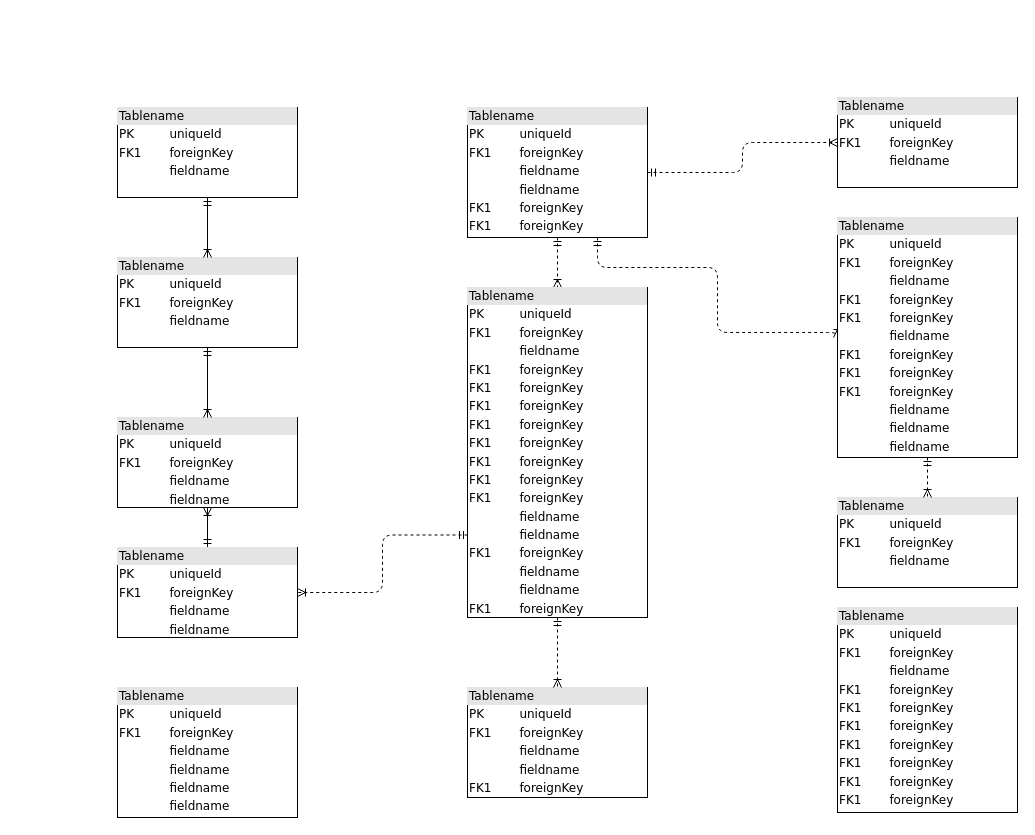
Earlier version of the draw.io diagram 监管服务物理模型.drawio (b897846872/blogbackui). Source tidied: cells renumbered, new cells numbered last; positions are measured from the earlier drawing's top-left corner, leaving out a move shared by most shapes. Both pictures are drawn from the tidied source at 100%, with x=0, y=0 at pixel (117, 97).
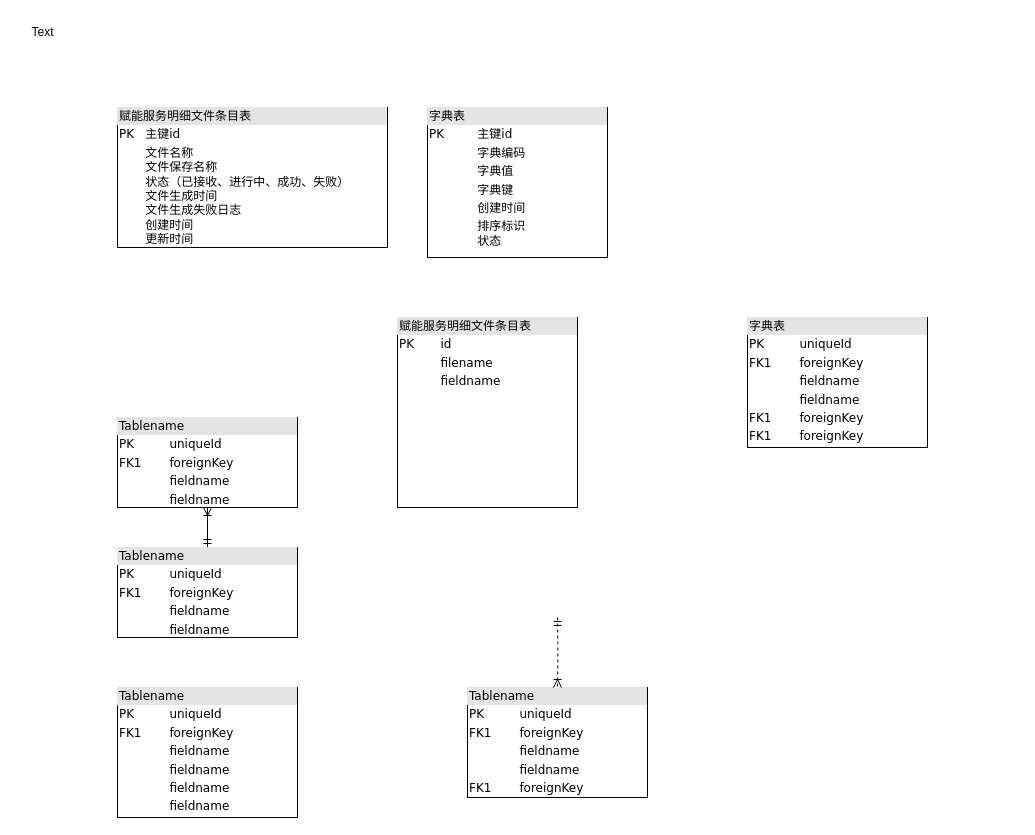
The same diagram, later.

Commit message:
更新监管服务物理模型.drawio

The change refers to these unchanged cells:
```xml
<mxCell id="9" value="&lt;div style=&quot;box-sizing: border-box ; width: 100% ; background: #e4e4e4 ; padding: 2px&quot;&gt;Tablename&lt;/div&gt;&lt;table style=&quot;width: 100% ; font-size: 1em&quot; cellpadding=&quot;2&quot; cellspacing=&quot;0&quot;&gt;&lt;tbody&gt;&lt;tr&gt;&lt;td&gt;PK&lt;/td&gt;&lt;td&gt;uniqueId&lt;/td&gt;&lt;/tr&gt;&lt;tr&gt;&lt;td&gt;FK1&lt;/td&gt;&lt;td&gt;foreignKey&lt;/td&gt;&lt;/tr&gt;&lt;tr&gt;&lt;td&gt;&lt;/td&gt;&lt;td&gt;fieldname&lt;/td&gt;&lt;/tr&gt;&lt;tr&gt;&lt;td&gt;&lt;br&gt;&lt;/td&gt;&lt;td&gt;fieldname&lt;br&gt;&lt;/td&gt;&lt;/tr&gt;&lt;/tbody&gt;&lt;/table&gt;" style="verticalAlign=top;align=left;overflow=fill;html=1;rounded=0;shadow=0;comic=0;labelBackgroundColor=none;strokeWidth=1;fontFamily=Verdana;fontSize=12;" parent="1" vertex="1">
  <mxGeometry y="450" width="180" height="90" as="geometry" />
</mxCell>
<mxCell id="10" value="&lt;div style=&quot;box-sizing: border-box ; width: 100% ; background: #e4e4e4 ; padding: 2px&quot;&gt;Tablename&lt;/div&gt;&lt;table style=&quot;width: 100% ; font-size: 1em&quot; cellpadding=&quot;2&quot; cellspacing=&quot;0&quot;&gt;&lt;tbody&gt;&lt;tr&gt;&lt;td&gt;PK&lt;/td&gt;&lt;td&gt;uniqueId&lt;/td&gt;&lt;/tr&gt;&lt;tr&gt;&lt;td&gt;FK1&lt;/td&gt;&lt;td&gt;foreignKey&lt;/td&gt;&lt;/tr&gt;&lt;tr&gt;&lt;td&gt;&lt;/td&gt;&lt;td&gt;fieldname&lt;/td&gt;&lt;/tr&gt;&lt;tr&gt;&lt;td&gt;&lt;br&gt;&lt;/td&gt;&lt;td&gt;fieldname&lt;br&gt;&lt;/td&gt;&lt;/tr&gt;&lt;/tbody&gt;&lt;/table&gt;" style="verticalAlign=top;align=left;overflow=fill;html=1;rounded=0;shadow=0;comic=0;labelBackgroundColor=none;strokeWidth=1;fontFamily=Verdana;fontSize=12;" parent="1" vertex="1">
  <mxGeometry y="320" width="180" height="90" as="geometry" />
</mxCell>
<mxCell id="14" value="&lt;div style=&quot;box-sizing: border-box ; width: 100% ; background: #e4e4e4 ; padding: 2px&quot;&gt;Tablename&lt;/div&gt;&lt;table style=&quot;width: 100% ; font-size: 1em&quot; cellpadding=&quot;2&quot; cellspacing=&quot;0&quot;&gt;&lt;tbody&gt;&lt;tr&gt;&lt;td&gt;PK&lt;/td&gt;&lt;td&gt;uniqueId&lt;/td&gt;&lt;/tr&gt;&lt;tr&gt;&lt;td&gt;FK1&lt;/td&gt;&lt;td&gt;foreignKey&lt;/td&gt;&lt;/tr&gt;&lt;tr&gt;&lt;td&gt;&lt;/td&gt;&lt;td&gt;fieldname&lt;/td&gt;&lt;/tr&gt;&lt;tr&gt;&lt;td&gt;&lt;br&gt;&lt;/td&gt;&lt;td&gt;fieldname&lt;br&gt;&lt;/td&gt;&lt;/tr&gt;&lt;tr&gt;&lt;td&gt;FK1&lt;br&gt;&lt;/td&gt;&lt;td&gt;foreignKey&lt;br&gt;&lt;/td&gt;&lt;/tr&gt;&lt;/tbody&gt;&lt;/table&gt;" style="verticalAlign=top;align=left;overflow=fill;html=1;rounded=0;shadow=0;comic=0;labelBackgroundColor=none;strokeWidth=1;fontFamily=Verdana;fontSize=12;" parent="1" vertex="1">
  <mxGeometry x="350" y="590" width="180" height="110" as="geometry" />
</mxCell>
```

Change to the diagram source:
```diff
@@
-    <mxCell id="2" value="&lt;div style=&quot;box-sizing:border-box;width:100%;background:#e4e4e4;padding:2px;&quot;&gt;Tablename&lt;/div&gt;&lt;table style=&quot;width:100%;font-size:1em;&quot; cellpadding=&quot;2&quot; cellspacing=&quot;0&quot;&gt;&lt;tr&gt;&lt;td&gt;PK&lt;/td&gt;&lt;td&gt;uniqueId&lt;/td&gt;&lt;/tr&gt;&lt;tr&gt;&lt;td&gt;FK1&lt;/td&gt;&lt;td&gt;foreignKey&lt;/td&gt;&lt;/tr&gt;&lt;tr&gt;&lt;td&gt;&lt;/td&gt;&lt;td&gt;fieldname&lt;/td&gt;&lt;/tr&gt;&lt;/table&gt;" style="verticalAlign=top;align=left;overflow=fill;html=1;rounded=0;shadow=0;comic=0;labelBackgroundColor=none;strokeWidth=1;fontFamily=Verdana;fontSize=12;" parent="1" vertex="1">
-      <mxGeometry y="10" width="180" height="90" as="geometry" />
+    <mxCell id="2" value="&lt;div style=&quot;box-sizing: border-box; width: 100%; background: rgb(228, 228, 228); padding: 2px;&quot;&gt;赋能服务明细文件条目表&lt;/div&gt;&lt;table style=&quot;width:100%;font-size:1em;&quot; cellpadding=&quot;2&quot; cellspacing=&quot;0&quot;&gt;&lt;tbody&gt;&lt;tr&gt;&lt;td&gt;PK&lt;/td&gt;&lt;td&gt;&amp;nbsp;主键id&lt;/td&gt;&lt;/tr&gt;&lt;tr&gt;&lt;td&gt;&lt;br&gt;&lt;/td&gt;&lt;td&gt;&amp;nbsp;文件名称&lt;br&gt;&amp;nbsp;文件保存名称&lt;br&gt;&amp;nbsp;状态（已接收、进行中、成功、失败）&lt;br&gt;&amp;nbsp;文件生成时间&lt;br&gt;&amp;nbsp;文件生成失败日志&lt;br&gt;&amp;nbsp;创建时间&lt;br&gt;&amp;nbsp;更新时间&lt;/td&gt;&lt;/tr&gt;&lt;tr&gt;&lt;td&gt;&lt;/td&gt;&lt;td&gt;&lt;br&gt;&lt;/td&gt;&lt;/tr&gt;&lt;/tbody&gt;&lt;/table&gt;" style="verticalAlign=top;align=left;overflow=fill;html=1;rounded=0;shadow=0;comic=0;labelBackgroundColor=none;strokeWidth=1;fontFamily=Verdana;fontSize=12;" parent="1" vertex="1">
+      <mxGeometry y="10" width="270" height="140" as="geometry" />
     </mxCell>
-    <mxCell id="3" style="edgeStyle=orthogonalEdgeStyle;html=1;entryX=0.5;entryY=0;dashed=1;labelBackgroundColor=none;startArrow=ERmandOne;endArrow=ERoneToMany;fontFamily=Verdana;fontSize=12;align=left;" parent="1" edge="1" source="6" target="16">
-      <mxGeometry relative="1" as="geometry" />
-    </mxCell>
-    <mxCell id="4" style="edgeStyle=orthogonalEdgeStyle;html=1;dashed=1;labelBackgroundColor=none;startArrow=ERmandOne;endArrow=ERoneToMany;fontFamily=Verdana;fontSize=12;align=left;entryX=0;entryY=0.5;" parent="1" edge="1" source="6" target="19">
-      <mxGeometry relative="1" as="geometry">
-        <Array as="points">
-          <mxPoint x="480" y="170" />
-          <mxPoint x="600" y="170" />
-          <mxPoint x="600" y="235" />
-        </Array>
-      </mxGeometry>
-    </mxCell>
-    <mxCell id="5" style="edgeStyle=orthogonalEdgeStyle;html=1;dashed=1;labelBackgroundColor=none;startArrow=ERmandOne;endArrow=ERoneToMany;fontFamily=Verdana;fontSize=12;align=left;" parent="1" edge="1" source="6" target="20">
-      <mxGeometry relative="1" as="geometry" />
-    </mxCell>
-    <mxCell id="6" value="&lt;div style=&quot;box-sizing: border-box ; width: 100% ; background: #e4e4e4 ; padding: 2px&quot;&gt;Tablename&lt;/div&gt;&lt;table style=&quot;width: 100% ; font-size: 1em&quot; cellpadding=&quot;2&quot; cellspacing=&quot;0&quot;&gt;&lt;tbody&gt;&lt;tr&gt;&lt;td&gt;PK&lt;/td&gt;&lt;td&gt;uniqueId&lt;/td&gt;&lt;/tr&gt;&lt;tr&gt;&lt;td&gt;FK1&lt;/td&gt;&lt;td&gt;foreignKey&lt;/td&gt;&lt;/tr&gt;&lt;tr&gt;&lt;td&gt;&lt;/td&gt;&lt;td&gt;fieldname&lt;/td&gt;&lt;/tr&gt;&lt;tr&gt;&lt;td&gt;&lt;br&gt;&lt;/td&gt;&lt;td&gt;fieldname&lt;br&gt;&lt;/td&gt;&lt;/tr&gt;&lt;tr&gt;&lt;td&gt;FK1&lt;br&gt;&lt;/td&gt;&lt;td&gt;foreignKey&lt;br&gt;&lt;/td&gt;&lt;/tr&gt;&lt;tr&gt;&lt;td&gt;FK1&lt;br&gt;&lt;/td&gt;&lt;td&gt;foreignKey&lt;br&gt;&lt;/td&gt;&lt;/tr&gt;&lt;/tbody&gt;&lt;/table&gt;" style="verticalAlign=top;align=left;overflow=fill;html=1;rounded=0;shadow=0;comic=0;labelBackgroundColor=none;strokeWidth=1;fontFamily=Verdana;fontSize=12;" parent="1" vertex="1">
-      <mxGeometry x="350" y="10" width="180" height="130" as="geometry" />
+    <mxCell id="6" value="&lt;div style=&quot;box-sizing: border-box; width: 100%; background: rgb(228, 228, 228); padding: 2px;&quot;&gt;字典表&lt;/div&gt;&lt;table style=&quot;width: 100% ; font-size: 1em&quot; cellpadding=&quot;2&quot; cellspacing=&quot;0&quot;&gt;&lt;tbody&gt;&lt;tr&gt;&lt;td&gt;PK&lt;/td&gt;&lt;td&gt;主键id&lt;/td&gt;&lt;/tr&gt;&lt;tr&gt;&lt;td&gt;&lt;br&gt;&lt;/td&gt;&lt;td&gt;字典编码&lt;/td&gt;&lt;/tr&gt;&lt;tr&gt;&lt;td&gt;&lt;/td&gt;&lt;td&gt;字典值&lt;/td&gt;&lt;/tr&gt;&lt;tr&gt;&lt;td&gt;&lt;br&gt;&lt;/td&gt;&lt;td&gt;字典键&lt;/td&gt;&lt;/tr&gt;&lt;tr&gt;&lt;td&gt;&lt;br&gt;&lt;/td&gt;&lt;td&gt;创建时间&lt;/td&gt;&lt;/tr&gt;&lt;tr&gt;&lt;td&gt;&lt;br&gt;&lt;/td&gt;&lt;td&gt;排序标识&lt;br&gt;状态&lt;/td&gt;&lt;/tr&gt;&lt;/tbody&gt;&lt;/table&gt;" style="verticalAlign=top;align=left;overflow=fill;html=1;rounded=0;shadow=0;comic=0;labelBackgroundColor=none;strokeWidth=1;fontFamily=Verdana;fontSize=12;" parent="1" vertex="1">
+      <mxGeometry x="310" y="10" width="180" height="150" as="geometry" />
     </mxCell>
@@
-    <mxCell id="8" style="edgeStyle=orthogonalEdgeStyle;html=1;exitX=0;exitY=0.75;entryX=1;entryY=0.5;dashed=1;labelBackgroundColor=none;startArrow=ERmandOne;endArrow=ERoneToMany;fontFamily=Verdana;fontSize=12;align=left;" parent="1" edge="1" source="16" target="9">
-      <mxGeometry relative="1" as="geometry" />
-    </mxCell>
@@
-    <mxCell id="11" style="edgeStyle=orthogonalEdgeStyle;html=1;entryX=0.5;entryY=0;labelBackgroundColor=none;startArrow=ERmandOne;endArrow=ERoneToMany;fontFamily=Verdana;fontSize=12;align=left;" parent="1" edge="1" source="12" target="10">
-      <mxGeometry relative="1" as="geometry" />
-    </mxCell>
-    <mxCell id="12" value="&lt;div style=&quot;box-sizing:border-box;width:100%;background:#e4e4e4;padding:2px;&quot;&gt;Tablename&lt;/div&gt;&lt;table style=&quot;width:100%;font-size:1em;&quot; cellpadding=&quot;2&quot; cellspacing=&quot;0&quot;&gt;&lt;tr&gt;&lt;td&gt;PK&lt;/td&gt;&lt;td&gt;uniqueId&lt;/td&gt;&lt;/tr&gt;&lt;tr&gt;&lt;td&gt;FK1&lt;/td&gt;&lt;td&gt;foreignKey&lt;/td&gt;&lt;/tr&gt;&lt;tr&gt;&lt;td&gt;&lt;/td&gt;&lt;td&gt;fieldname&lt;/td&gt;&lt;/tr&gt;&lt;/table&gt;" style="verticalAlign=top;align=left;overflow=fill;html=1;rounded=0;shadow=0;comic=0;labelBackgroundColor=none;strokeWidth=1;fontFamily=Verdana;fontSize=12;" parent="1" vertex="1">
-      <mxGeometry y="160" width="180" height="90" as="geometry" />
-    </mxCell>
-    <mxCell id="13" value="&lt;div style=&quot;box-sizing: border-box ; width: 100% ; background: #e4e4e4 ; padding: 2px&quot;&gt;Tablename&lt;/div&gt;&lt;table style=&quot;width: 100% ; font-size: 1em&quot; cellpadding=&quot;2&quot; cellspacing=&quot;0&quot;&gt;&lt;tbody&gt;&lt;tr&gt;&lt;td&gt;PK&lt;/td&gt;&lt;td&gt;uniqueId&lt;/td&gt;&lt;/tr&gt;&lt;tr&gt;&lt;td&gt;FK1&lt;/td&gt;&lt;td&gt;foreignKey&lt;/td&gt;&lt;/tr&gt;&lt;tr&gt;&lt;td&gt;&lt;/td&gt;&lt;td&gt;fieldname&lt;/td&gt;&lt;/tr&gt;&lt;tr&gt;&lt;td&gt;FK1&lt;br&gt;&lt;/td&gt;&lt;td&gt;foreignKey&lt;br&gt;&lt;/td&gt;&lt;/tr&gt;&lt;tr&gt;&lt;td&gt;FK1&lt;br&gt;&lt;/td&gt;&lt;td&gt;foreignKey&lt;br&gt;&lt;/td&gt;&lt;/tr&gt;&lt;tr&gt;&lt;td&gt;FK1&lt;br&gt;&lt;/td&gt;&lt;td&gt;foreignKey&lt;br&gt;&lt;/td&gt;&lt;/tr&gt;&lt;tr&gt;&lt;td&gt;FK1&lt;br&gt;&lt;/td&gt;&lt;td&gt;foreignKey&lt;br&gt;&lt;/td&gt;&lt;/tr&gt;&lt;tr&gt;&lt;td&gt;FK1&lt;br&gt;&lt;/td&gt;&lt;td&gt;foreignKey&lt;br&gt;&lt;/td&gt;&lt;/tr&gt;&lt;tr&gt;&lt;td&gt;FK1&lt;br&gt;&lt;/td&gt;&lt;td&gt;foreignKey&lt;br&gt;&lt;/td&gt;&lt;/tr&gt;&lt;tr&gt;&lt;td&gt;FK1&lt;br&gt;&lt;/td&gt;&lt;td&gt;foreignKey&lt;br&gt;&lt;/td&gt;&lt;/tr&gt;&lt;/tbody&gt;&lt;/table&gt;" style="verticalAlign=top;align=left;overflow=fill;html=1;rounded=0;shadow=0;comic=0;labelBackgroundColor=none;strokeWidth=1;fontFamily=Verdana;fontSize=12;" parent="1" vertex="1">
-      <mxGeometry x="720" y="510" width="180" height="205" as="geometry" />
-    </mxCell>
@@
-    <mxCell id="15" style="edgeStyle=orthogonalEdgeStyle;html=1;entryX=0.5;entryY=0;labelBackgroundColor=none;startArrow=ERmandOne;endArrow=ERoneToMany;fontFamily=Verdana;fontSize=12;align=left;dashed=1;" parent="1" edge="1" source="16" target="14">
-      <mxGeometry relative="1" as="geometry" />
+    <mxCell id="15" style="edgeStyle=orthogonalEdgeStyle;html=1;entryX=0.5;entryY=0;labelBackgroundColor=none;startArrow=ERmandOne;endArrow=ERoneToMany;fontFamily=Verdana;fontSize=12;align=left;dashed=1;" parent="1" edge="1" target="14">
+      <mxGeometry relative="1" as="geometry">
+        <mxPoint x="440" y="520" as="sourcePoint" />
+      </mxGeometry>
     </mxCell>
-    <mxCell id="16" value="&lt;div style=&quot;box-sizing: border-box ; width: 100% ; background: #e4e4e4 ; padding: 2px&quot;&gt;Tablename&lt;/div&gt;&lt;table style=&quot;width: 100% ; font-size: 1em&quot; cellpadding=&quot;2&quot; cellspacing=&quot;0&quot;&gt;&lt;tbody&gt;&lt;tr&gt;&lt;td&gt;PK&lt;/td&gt;&lt;td&gt;uniqueId&lt;/td&gt;&lt;/tr&gt;&lt;tr&gt;&lt;td&gt;FK1&lt;/td&gt;&lt;td&gt;foreignKey&lt;/td&gt;&lt;/tr&gt;&lt;tr&gt;&lt;td&gt;&lt;/td&gt;&lt;td&gt;fieldname&lt;/td&gt;&lt;/tr&gt;&lt;tr&gt;&lt;td&gt;FK1&lt;br&gt;&lt;/td&gt;&lt;td&gt;foreignKey&lt;br&gt;&lt;/td&gt;&lt;/tr&gt;&lt;tr&gt;&lt;td&gt;FK1&lt;br&gt;&lt;/td&gt;&lt;td&gt;foreignKey&lt;br&gt;&lt;/td&gt;&lt;/tr&gt;&lt;tr&gt;&lt;td&gt;FK1&lt;br&gt;&lt;/td&gt;&lt;td&gt;foreignKey&lt;br&gt;&lt;/td&gt;&lt;/tr&gt;&lt;tr&gt;&lt;td&gt;FK1&lt;br&gt;&lt;/td&gt;&lt;td&gt;foreignKey&lt;br&gt;&lt;/td&gt;&lt;/tr&gt;&lt;tr&gt;&lt;td&gt;FK1&lt;br&gt;&lt;/td&gt;&lt;td&gt;foreignKey&lt;br&gt;&lt;/td&gt;&lt;/tr&gt;&lt;tr&gt;&lt;td&gt;FK1&lt;br&gt;&lt;/td&gt;&lt;td&gt;foreignKey&lt;br&gt;&lt;/td&gt;&lt;/tr&gt;&lt;tr&gt;&lt;td&gt;FK1&lt;br&gt;&lt;/td&gt;&lt;td&gt;foreignKey&lt;br&gt;&lt;/td&gt;&lt;/tr&gt;&lt;tr&gt;&lt;td&gt;FK1&lt;br&gt;&lt;/td&gt;&lt;td&gt;foreignKey&lt;br&gt;&lt;/td&gt;&lt;/tr&gt;&lt;tr&gt;&lt;td&gt;&lt;br&gt;&lt;/td&gt;&lt;td&gt;fieldname&lt;br&gt;&lt;/td&gt;&lt;/tr&gt;&lt;tr&gt;&lt;td&gt;&lt;br&gt;&lt;/td&gt;&lt;td&gt;fieldname&lt;br&gt;&lt;/td&gt;&lt;/tr&gt;&lt;tr&gt;&lt;td&gt;FK1&lt;br&gt;&lt;/td&gt;&lt;td&gt;foreignKey&lt;br&gt;&lt;/td&gt;&lt;/tr&gt;&lt;tr&gt;&lt;td&gt;&lt;br&gt;&lt;/td&gt;&lt;td&gt;fieldname&lt;br&gt;&lt;/td&gt;&lt;/tr&gt;&lt;tr&gt;&lt;td&gt;&lt;br&gt;&lt;/td&gt;&lt;td&gt;fieldname&lt;br&gt;&lt;/td&gt;&lt;/tr&gt;&lt;tr&gt;&lt;td&gt;FK1&lt;br&gt;&lt;/td&gt;&lt;td&gt;foreignKey&lt;br&gt;&lt;/td&gt;&lt;/tr&gt;&lt;/tbody&gt;&lt;/table&gt;" style="verticalAlign=top;align=left;overflow=fill;html=1;rounded=0;shadow=0;comic=0;labelBackgroundColor=none;strokeWidth=1;fontFamily=Verdana;fontSize=12;" parent="1" vertex="1">
-      <mxGeometry x="350" y="190" width="180" height="330" as="geometry" />
-    </mxCell>
-    <mxCell id="17" value="&lt;div style=&quot;box-sizing:border-box;width:100%;background:#e4e4e4;padding:2px;&quot;&gt;Tablename&lt;/div&gt;&lt;table style=&quot;width:100%;font-size:1em;&quot; cellpadding=&quot;2&quot; cellspacing=&quot;0&quot;&gt;&lt;tr&gt;&lt;td&gt;PK&lt;/td&gt;&lt;td&gt;uniqueId&lt;/td&gt;&lt;/tr&gt;&lt;tr&gt;&lt;td&gt;FK1&lt;/td&gt;&lt;td&gt;foreignKey&lt;/td&gt;&lt;/tr&gt;&lt;tr&gt;&lt;td&gt;&lt;/td&gt;&lt;td&gt;fieldname&lt;/td&gt;&lt;/tr&gt;&lt;/table&gt;" style="verticalAlign=top;align=left;overflow=fill;html=1;rounded=0;shadow=0;comic=0;labelBackgroundColor=none;strokeWidth=1;fontFamily=Verdana;fontSize=12;" parent="1" vertex="1">
-      <mxGeometry x="720" y="400" width="180" height="90" as="geometry" />
-    </mxCell>
-    <mxCell id="18" style="edgeStyle=orthogonalEdgeStyle;html=1;entryX=0.5;entryY=0;dashed=1;labelBackgroundColor=none;startArrow=ERmandOne;endArrow=ERoneToMany;fontFamily=Verdana;fontSize=12;align=left;" parent="1" edge="1" source="19" target="17">
-      <mxGeometry relative="1" as="geometry" />
-    </mxCell>
-    <mxCell id="19" value="&lt;div style=&quot;box-sizing: border-box ; width: 100% ; background: #e4e4e4 ; padding: 2px&quot;&gt;Tablename&lt;/div&gt;&lt;table style=&quot;width: 100% ; font-size: 1em&quot; cellpadding=&quot;2&quot; cellspacing=&quot;0&quot;&gt;&lt;tbody&gt;&lt;tr&gt;&lt;td&gt;PK&lt;/td&gt;&lt;td&gt;uniqueId&lt;/td&gt;&lt;/tr&gt;&lt;tr&gt;&lt;td&gt;FK1&lt;/td&gt;&lt;td&gt;foreignKey&lt;/td&gt;&lt;/tr&gt;&lt;tr&gt;&lt;td&gt;&lt;/td&gt;&lt;td&gt;fieldname&lt;/td&gt;&lt;/tr&gt;&lt;tr&gt;&lt;td&gt;FK1&lt;br&gt;&lt;/td&gt;&lt;td&gt;foreignKey&lt;br&gt;&lt;/td&gt;&lt;/tr&gt;&lt;tr&gt;&lt;td&gt;FK1&lt;br&gt;&lt;/td&gt;&lt;td&gt;foreignKey&lt;br&gt;&lt;/td&gt;&lt;/tr&gt;&lt;tr&gt;&lt;td&gt;&lt;br&gt;&lt;/td&gt;&lt;td&gt;fieldname&lt;br&gt;&lt;/td&gt;&lt;/tr&gt;&lt;tr&gt;&lt;td&gt;FK1&lt;br&gt;&lt;/td&gt;&lt;td&gt;foreignKey&lt;br&gt;&lt;/td&gt;&lt;/tr&gt;&lt;tr&gt;&lt;td&gt;FK1&lt;br&gt;&lt;/td&gt;&lt;td&gt;foreignKey&lt;br&gt;&lt;/td&gt;&lt;/tr&gt;&lt;tr&gt;&lt;td&gt;FK1&lt;br&gt;&lt;/td&gt;&lt;td&gt;foreignKey&lt;br&gt;&lt;/td&gt;&lt;/tr&gt;&lt;tr&gt;&lt;td&gt;&lt;br&gt;&lt;/td&gt;&lt;td&gt;fieldname&lt;br&gt;&lt;/td&gt;&lt;/tr&gt;&lt;tr&gt;&lt;td&gt;&lt;br&gt;&lt;/td&gt;&lt;td&gt;fieldname&lt;br&gt;&lt;/td&gt;&lt;/tr&gt;&lt;tr&gt;&lt;td&gt;&lt;br&gt;&lt;/td&gt;&lt;td&gt;fieldname&lt;br&gt;&lt;/td&gt;&lt;/tr&gt;&lt;/tbody&gt;&lt;/table&gt;" style="verticalAlign=top;align=left;overflow=fill;html=1;rounded=0;shadow=0;comic=0;labelBackgroundColor=none;strokeWidth=1;fontFamily=Verdana;fontSize=12;" parent="1" vertex="1">
-      <mxGeometry x="720" y="120" width="180" height="240" as="geometry" />
-    </mxCell>
-    <mxCell id="20" value="&lt;div style=&quot;box-sizing:border-box;width:100%;background:#e4e4e4;padding:2px;&quot;&gt;Tablename&lt;/div&gt;&lt;table style=&quot;width:100%;font-size:1em;&quot; cellpadding=&quot;2&quot; cellspacing=&quot;0&quot;&gt;&lt;tr&gt;&lt;td&gt;PK&lt;/td&gt;&lt;td&gt;uniqueId&lt;/td&gt;&lt;/tr&gt;&lt;tr&gt;&lt;td&gt;FK1&lt;/td&gt;&lt;td&gt;foreignKey&lt;/td&gt;&lt;/tr&gt;&lt;tr&gt;&lt;td&gt;&lt;/td&gt;&lt;td&gt;fieldname&lt;/td&gt;&lt;/tr&gt;&lt;/table&gt;" style="verticalAlign=top;align=left;overflow=fill;html=1;rounded=0;shadow=0;comic=0;labelBackgroundColor=none;strokeWidth=1;fontFamily=Verdana;fontSize=12;" parent="1" vertex="1">
-      <mxGeometry x="720" width="180" height="90" as="geometry" />
-    </mxCell>
@@
-    <mxCell id="22" style="edgeStyle=orthogonalEdgeStyle;html=1;endArrow=ERoneToMany;startArrow=ERmandOne;labelBackgroundColor=none;fontFamily=Verdana;fontSize=12;align=left;exitX=0.5;exitY=1;entryX=0.5;entryY=0;" parent="1" edge="1" source="2" target="12">
-      <mxGeometry relative="1" as="geometry" />
-    </mxCell>
+    <mxCell id="23" value="Text" style="text;html=1;align=center;verticalAlign=middle;strokeColor=none;fillColor=none;" parent="1" vertex="1">
+      <mxGeometry x="-100" y="-80" width="50" height="30" as="geometry" />
+    </mxCell>
+    <mxCell id="24" value="&lt;div style=&quot;box-sizing: border-box; width: 100%; background: rgb(228, 228, 228); padding: 2px;&quot;&gt;赋能服务明细文件条目表&lt;/div&gt;&lt;table style=&quot;width:100%;font-size:1em;&quot; cellpadding=&quot;2&quot; cellspacing=&quot;0&quot;&gt;&lt;tbody&gt;&lt;tr&gt;&lt;td&gt;PK&lt;/td&gt;&lt;td&gt;id&lt;/td&gt;&lt;/tr&gt;&lt;tr&gt;&lt;td&gt;&lt;/td&gt;&lt;td&gt;filename&lt;/td&gt;&lt;/tr&gt;&lt;tr&gt;&lt;td&gt;&lt;/td&gt;&lt;td&gt;fieldname&lt;/td&gt;&lt;/tr&gt;&lt;/tbody&gt;&lt;/table&gt;" style="verticalAlign=top;align=left;overflow=fill;html=1;rounded=0;shadow=0;comic=0;labelBackgroundColor=none;strokeWidth=1;fontFamily=Verdana;fontSize=12;" parent="1" vertex="1">
+      <mxGeometry x="280" y="220" width="180" height="190" as="geometry" />
+    </mxCell>
+    <mxCell id="25" value="&lt;div style=&quot;box-sizing: border-box; width: 100%; background: rgb(228, 228, 228); padding: 2px;&quot;&gt;字典表&lt;/div&gt;&lt;table style=&quot;width: 100% ; font-size: 1em&quot; cellpadding=&quot;2&quot; cellspacing=&quot;0&quot;&gt;&lt;tbody&gt;&lt;tr&gt;&lt;td&gt;PK&lt;/td&gt;&lt;td&gt;uniqueId&lt;/td&gt;&lt;/tr&gt;&lt;tr&gt;&lt;td&gt;FK1&lt;/td&gt;&lt;td&gt;foreignKey&lt;/td&gt;&lt;/tr&gt;&lt;tr&gt;&lt;td&gt;&lt;/td&gt;&lt;td&gt;fieldname&lt;/td&gt;&lt;/tr&gt;&lt;tr&gt;&lt;td&gt;&lt;br&gt;&lt;/td&gt;&lt;td&gt;fieldname&lt;br&gt;&lt;/td&gt;&lt;/tr&gt;&lt;tr&gt;&lt;td&gt;FK1&lt;br&gt;&lt;/td&gt;&lt;td&gt;foreignKey&lt;br&gt;&lt;/td&gt;&lt;/tr&gt;&lt;tr&gt;&lt;td&gt;FK1&lt;br&gt;&lt;/td&gt;&lt;td&gt;foreignKey&lt;br&gt;&lt;/td&gt;&lt;/tr&gt;&lt;/tbody&gt;&lt;/table&gt;" style="verticalAlign=top;align=left;overflow=fill;html=1;rounded=0;shadow=0;comic=0;labelBackgroundColor=none;strokeWidth=1;fontFamily=Verdana;fontSize=12;" parent="1" vertex="1">
+      <mxGeometry x="630" y="220" width="180" height="130" as="geometry" />
+    </mxCell>
```
